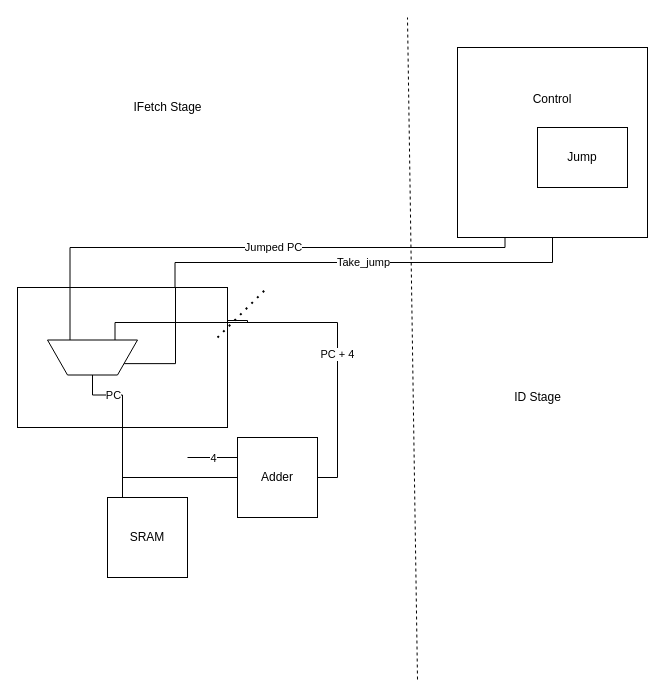
This is PC.drawio from jtschuster/dlxcapstone, a draw.io file, before an edit. Source tidied: cells renumbered, new cells numbered last; positions are measured from the earlier drawing's top-left corner, leaving out a move shared by most shapes. Both pictures are drawn from the tidied source at 100%, with x=0, y=0 at pixel (17, 17).
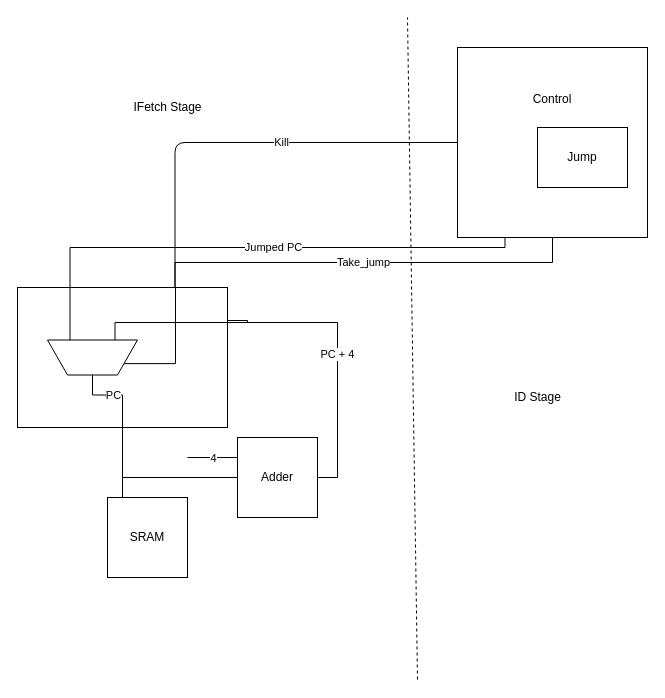
The same page after the edit.

The change refers to these unchanged cells:
```xml
<mxCell id="4" style="rounded=0;whiteSpace=wrap;html=1;" parent="2" vertex="1">
  <mxGeometry width="210" height="140" as="geometry" />
</mxCell>
<mxCell id="14" value="&lt;div&gt;Control&lt;/div&gt;&lt;div&gt;&lt;br&gt;&lt;/div&gt;&lt;div&gt;&lt;br&gt;&lt;/div&gt;&lt;div&gt;&lt;br&gt;&lt;/div&gt;&lt;div&gt;&lt;br&gt;&lt;/div&gt;&lt;div&gt;&lt;br&gt;&lt;/div&gt;&lt;div&gt;&lt;br&gt;&lt;/div&gt;" style="whiteSpace=wrap;html=1;" parent="13" vertex="1">
  <mxGeometry width="190" height="190" as="geometry" />
</mxCell>
```

What changed in the source:
```diff
@@
-    <mxCell id="21" style="endArrow=none;dashed=1;html=1;dashPattern=1 3;strokeWidth=2;" parent="1" edge="1">
-      <mxGeometry relative="1" as="geometry">
-        <mxPoint x="200" y="320" as="sourcePoint" />
-        <mxPoint x="250" y="270" as="targetPoint" />
-      </mxGeometry>
-    </mxCell>
@@
+    <mxCell id="25" style="endArrow=none;html=1;entryX=0.75;entryY=0;entryDx=0;entryDy=0;edgeStyle=orthogonalEdgeStyle;exitX=0;exitY=0.5;exitDx=0;exitDy=0;" parent="1" edge="1" source="14" target="4">
+      <mxGeometry relative="1" as="geometry" />
+    </mxCell>
+    <mxCell id="26" value="&lt;div&gt;Kill&lt;/div&gt;" style="edgeLabel;html=1;align=center;verticalAlign=middle;" parent="25" vertex="1">
+      <mxGeometry x="-0.17" y="-1" relative="1" as="geometry" />
+    </mxCell>
```
